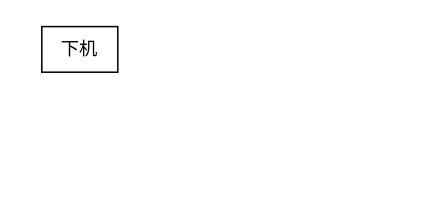
This is doc/FlowChat.drawio from lry198010/SangerSequenceAnalysis, a draw.io file, before an edit. Source tidied: cells renumbered, new cells numbered last; positions are measured from the earlier drawing's top-left corner, leaving out a move shared by most shapes. Both pictures are drawn from the tidied source at 152%, with x=0, y=0 at pixel (41, 26).
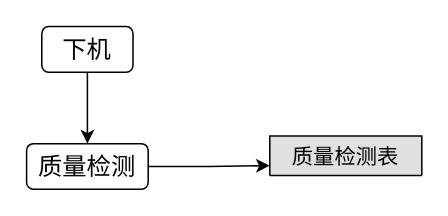
After the change.

Commit message:
Add Quality Check and Result in FlowChat.drawio

The edit, as a diff of the source:
```diff
@@
 <mxGraphModel>
   <root>
     <mxCell id="0" />
     <mxCell id="1" parent="0" />
+    <mxCell id="3" style="edgeStyle=orthogonalEdgeStyle;rounded=0;jettySize=auto;html=1;fontSize=16;" parent="1" edge="1" source="2" target="5">
+      <mxGeometry relative="1" as="geometry" />
+    </mxCell>
-    <mxCell id="2" value="下机" style="rounded=0;whiteSpace=wrap;html=1;" parent="1" vertex="1">
-      <mxGeometry width="50" height="30" as="geometry" />
+    <mxCell id="2" value="下机" style="rounded=1;whiteSpace=wrap;html=1;fontSize=16;" parent="1" vertex="1">
+      <mxGeometry width="60" height="30" as="geometry" />
     </mxCell>
+    <mxCell id="4" style="edgeStyle=orthogonalEdgeStyle;rounded=0;jettySize=auto;html=1;fontSize=16;entryX=0;entryY=0.75;entryDx=0;entryDy=0;" parent="1" edge="1" source="5" target="6">
+      <mxGeometry relative="1" as="geometry" />
+    </mxCell>
+    <mxCell id="5" value="质量检测" style="rounded=1;whiteSpace=wrap;html=1;fontSize=16;" parent="1" vertex="1">
+      <mxGeometry x="-10" y="77" width="80" height="30" as="geometry" />
+    </mxCell>
+    <mxCell id="6" value="质量检测表" style="swimlane;fontStyle=0;horizontal=1;startSize=26;fillColor=#e0e0e0;swimlaneFillColor=#ffffff;align=center;fontSize=14;" parent="1" vertex="1" collapsed="1">
+      <mxGeometry x="150" y="72" width="100" height="26" as="geometry" />
+    </mxCell>
   </root>
 </mxGraphModel>
```
